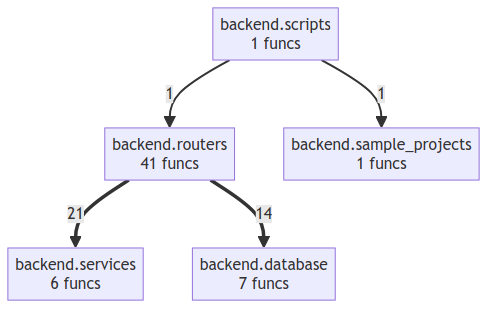
semcod/www keeps this Mermaid diagram as project/compact_flow.png. Above is the earlier version. Its source is kept beside it as project/compact_flow.mmd. The source it was exported from:
```mermaid
flowchart TD
    backend__database["backend.database<br/>7 funcs"]
    backend__routers["backend.routers<br/>41 funcs"]
    backend__sample_projects["backend.sample_projects<br/>1 funcs"]
    backend__scripts["backend.scripts<br/>1 funcs"]
    backend__services["backend.services<br/>6 funcs"]
    backend__routers ==>|21| backend__services
    backend__routers ==>|14| backend__database
    backend__scripts -->|1| backend__sample_projects
    backend__scripts -->|1| backend__routers
```
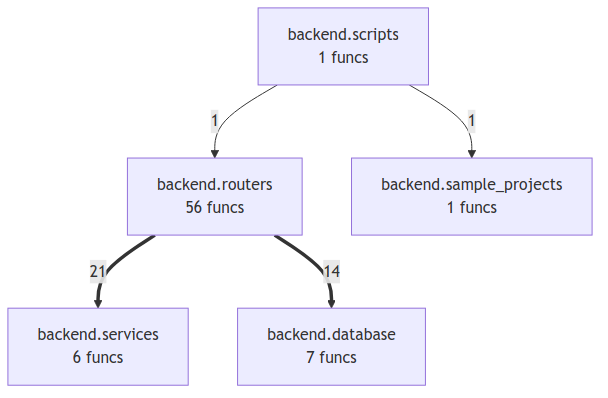
After the change.

Diff of the diagram source:
```diff
@@ -1,6 +1,6 @@
 flowchart TD
     backend__database["backend.database<br/>7 funcs"]
-    backend__routers["backend.routers<br/>41 funcs"]
+    backend__routers["backend.routers<br/>56 funcs"]
     backend__sample_projects["backend.sample_projects<br/>1 funcs"]
     backend__scripts["backend.scripts<br/>1 funcs"]
     backend__services["backend.services<br/>6 funcs"]
```
